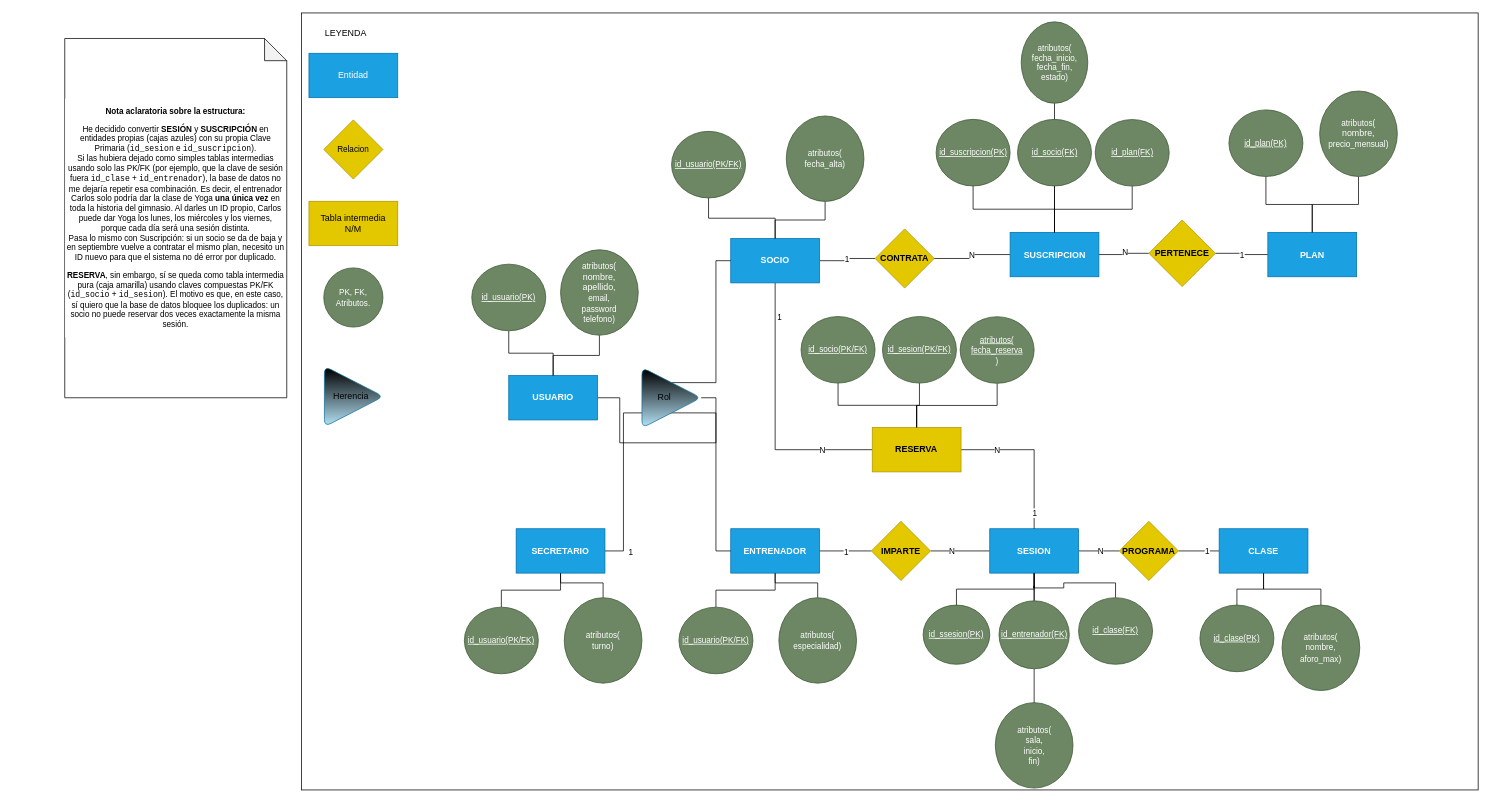
Earlier version of the draw.io diagram sql/diagramas/Diagrama modelo Entidad Relacion.drawio (FerminGarridoMartinDAM/ProyectoInterModular1DAMAppGimnasio). Source tidied: cells renumbered, new cells numbered last; positions are measured from the earlier drawing's top-left corner, leaving out a move shared by most shapes. Both pictures are drawn from the tidied source at 74%, with x=0, y=0 at pixel (64, 13).
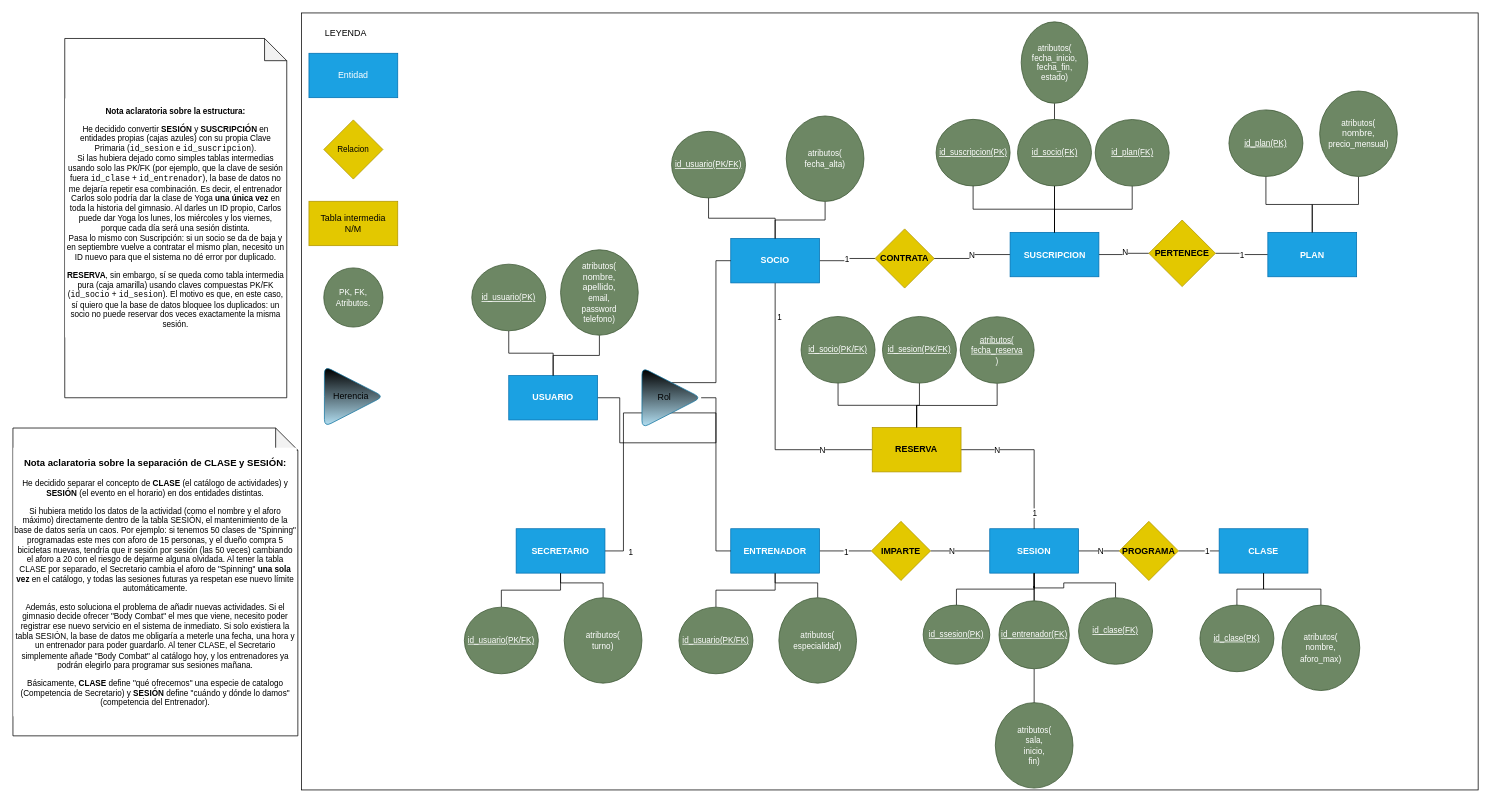
After the change.

Commit message (it also covers changes not shown here):
docs(sql): Añadida nota aclatoria(tabla clase) a diagrama E-R y tabla relacional

Diff of the diagram source:
```diff
@@
+    <mxCell id="98" value="&lt;h3&gt;Nota aclaratoria sobre la separación de CLASE y SESIÓN:&lt;/h3&gt;&lt;p&gt;He decidido separar el concepto de &lt;b&gt;CLASE&lt;/b&gt; (el catálogo de actividades) y &lt;b&gt;SESIÓN&lt;/b&gt; (el evento en el horario) en dos entidades distintas.&lt;/p&gt;&lt;p&gt;Si hubiera metido los datos de la actividad (como el nombre y el aforo máximo) directamente dentro de la tabla SESIÓN, el mantenimiento de la base de datos sería un caos. Por ejemplo: si tenemos 50 clases de &quot;Spinning&quot; programadas este mes con aforo de 15 personas, y el dueño compra 5 bicicletas nuevas, tendría que ir sesión por sesión (las 50 veces) cambiando el aforo a 20 con el riesgo de dejarme alguna olvidada. Al tener la tabla CLASE por separado, el Secretario cambia el aforo de &quot;Spinning&quot; &lt;b&gt;una sola vez&lt;/b&gt; en el catálogo, y todas las sesiones futuras ya respetan ese nuevo límite automáticamente.&lt;/p&gt;&lt;p&gt;Además, esto soluciona el problema de añadir nuevas actividades. Si el gimnasio decide ofrecer &quot;Body Combat&quot; el mes que viene, necesito poder registrar ese nuevo servicio en el sistema de inmediato. Si solo existiera la tabla SESIÓN, la base de datos me obligaría a meterle una fecha, una hora y un entrenador para poder guardarlo. Al tener CLASE, el Secretario simplemente añade &quot;Body Combat&quot; al catálogo hoy, y los entrenadores ya podrán elegirlo para programar sus sesiones mañana.&lt;/p&gt;&lt;p&gt;Básicamente, &lt;b&gt;CLASE&lt;/b&gt; define &quot;qué ofrecemos&quot; una especie de catalogo (Competencia de Secretario) y &lt;b&gt;SESIÓN&lt;/b&gt; define &quot;cuándo y dónde lo damos&quot; (competencia del Entrenador).&lt;/p&gt;" style="shape=note;whiteSpace=wrap;html=1;backgroundOutline=1;darkOpacity=0.05;fontFamily=Helvetica;fontSize=11;fontColor=default;labelBackgroundColor=default;" parent="1" vertex="1">
+      <mxGeometry x="-70" y="560.9" width="385" height="416" as="geometry" />
+    </mxCell>
```
